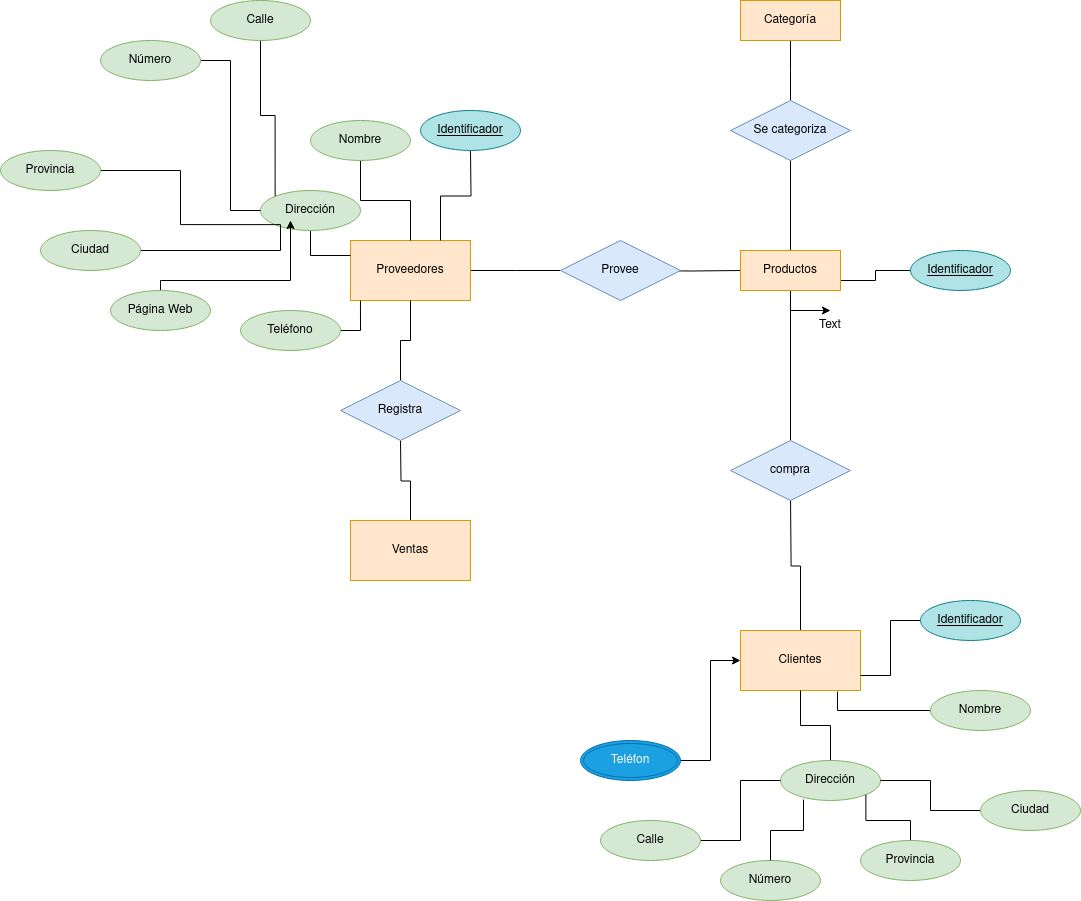
Before: DiagramaTarea2_BAE.drawio.png, a diagram exported from draw.io (GRMiguelAngel/Base-Datos). Source tidied: cells renumbered, new cells last; positions are measured from the earlier drawing's top-left corner, leaving out a move shared by most shapes.
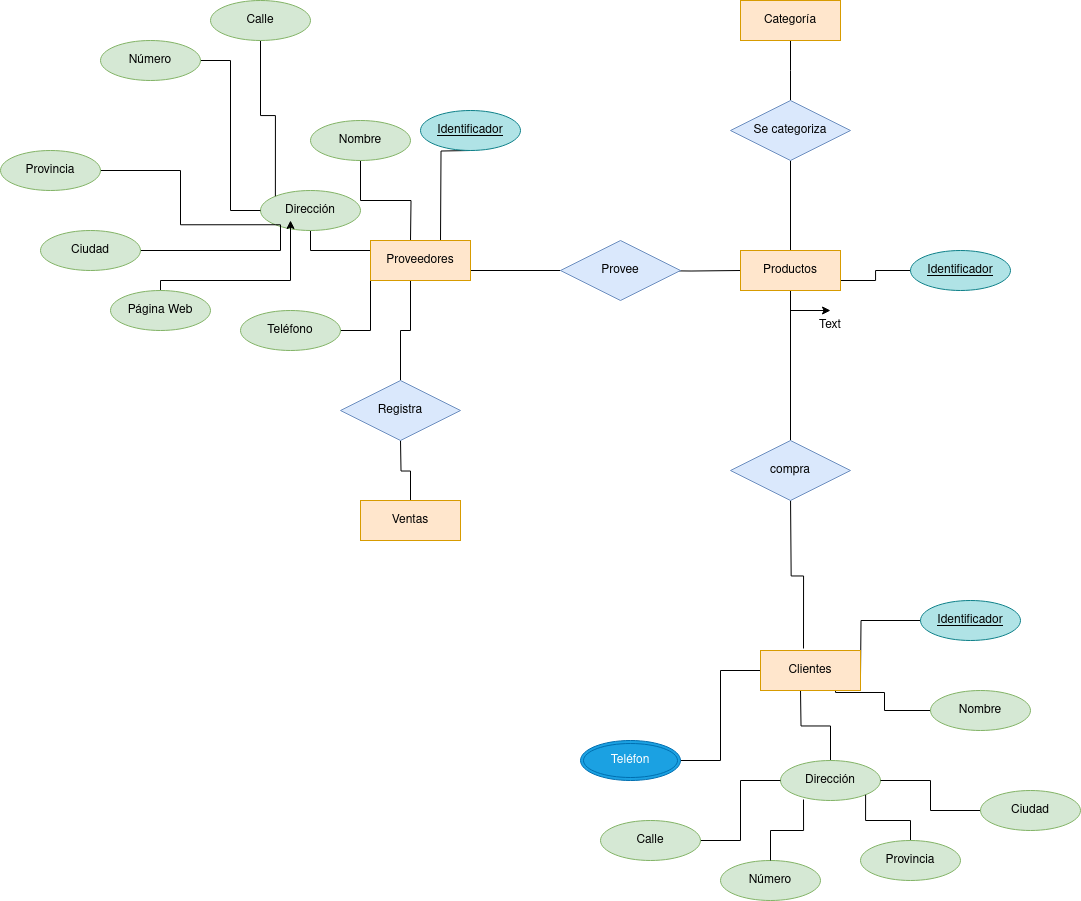
The same diagram one commit later.

The edit, as a diff of the source:
```diff
@@ -2,14 +2,12 @@
   <root>
     <mxCell id="0" />
     <mxCell id="1" parent="0" />
-    <mxCell id="2" style="edgeStyle=orthogonalEdgeStyle;rounded=0;jettySize=auto;html=1;exitX=1;exitY=0.5;exitDx=0;exitDy=0;endArrow=none;endFill=0;" parent="1" edge="1" source="3">
+    <mxCell id="2" style="edgeStyle=orthogonalEdgeStyle;rounded=0;orthogonalLoop=1;jettySize=auto;html=1;exitX=1;exitY=0.5;exitDx=0;exitDy=0;endArrow=none;endFill=0;" parent="1" edge="1">
       <mxGeometry relative="1" as="geometry">
+        <mxPoint x="470" y="270" as="sourcePoint" />
         <mxPoint x="560" y="270" as="targetPoint" />
       </mxGeometry>
     </mxCell>
-    <mxCell id="3" value="Proveedores" style="rounded=0;whiteSpace=wrap;html=1;fillColor=#ffe6cc;strokeColor=#d79b00;" parent="1" vertex="1">
-      <mxGeometry x="350" y="240" width="120" height="60" as="geometry" />
-    </mxCell>
     <mxCell id="4" style="edgeStyle=orthogonalEdgeStyle;rounded=0;jettySize=auto;html=1;exitX=1;exitY=0.5;exitDx=0;exitDy=0;entryX=0;entryY=0.5;entryDx=0;entryDy=0;endArrow=none;endFill=0;" parent="1" edge="1" target="56">
       <mxGeometry relative="1" as="geometry">
         <mxPoint x="640" y="270" as="sourcePoint" />
@@ -18,17 +16,15 @@
     <mxCell id="5" style="edgeStyle=orthogonalEdgeStyle;rounded=0;jettySize=auto;html=1;entryX=0.5;entryY=0;entryDx=0;entryDy=0;endArrow=none;endFill=0;" parent="1" edge="1" source="56" target="36">
       <mxGeometry relative="1" as="geometry" />
     </mxCell>
-    <mxCell id="6" style="edgeStyle=orthogonalEdgeStyle;rounded=0;jettySize=auto;html=1;entryX=0.5;entryY=0;entryDx=0;entryDy=0;endArrow=none;endFill=0;" parent="1" edge="1" target="7">
+    <mxCell id="6" style="edgeStyle=orthogonalEdgeStyle;rounded=0;jettySize=auto;html=1;entryX=0.43;entryY=-0.05;entryDx=0;entryDy=0;endArrow=none;endFill=0;entryPerimeter=0;" parent="1" edge="1" target="7">
       <mxGeometry relative="1" as="geometry">
         <mxPoint x="790.1" y="499.9" as="sourcePoint" />
       </mxGeometry>
     </mxCell>
-    <mxCell id="7" value="Clientes" style="rounded=0;whiteSpace=wrap;html=1;fillColor=#ffe6cc;strokeColor=#d79b00;" parent="1" vertex="1">
-      <mxGeometry x="740" y="630" width="120" height="60" as="geometry" />
-    </mxCell>
-    <mxCell id="8" style="edgeStyle=orthogonalEdgeStyle;rounded=0;jettySize=auto;html=1;entryX=0.75;entryY=0;entryDx=0;entryDy=0;endArrow=none;endFill=0;" parent="1" edge="1" target="3">
+    <mxCell id="8" style="edgeStyle=orthogonalEdgeStyle;rounded=0;orthogonalLoop=1;jettySize=auto;html=1;entryX=0.75;entryY=0;entryDx=0;entryDy=0;endArrow=none;endFill=0;" parent="1" edge="1">
       <mxGeometry relative="1" as="geometry">
         <mxPoint x="470" y="150" as="sourcePoint" />
+        <mxPoint x="440" y="240" as="targetPoint" />
       </mxGeometry>
     </mxCell>
     <mxCell id="9" value="Text" style="text;html=1;strokeColor=none;fillColor=none;align=center;verticalAlign=middle;whiteSpace=wrap;rounded=0;" parent="1" vertex="1">
@@ -37,8 +33,10 @@
     <mxCell id="10" value="Identificador" style="ellipse;whiteSpace=wrap;html=1;align=center;fontStyle=4;fillColor=#b0e3e6;strokeColor=#0e8088;" parent="1" vertex="1">
       <mxGeometry x="420" y="110" width="100" height="40" as="geometry" />
     </mxCell>
-    <mxCell id="11" style="edgeStyle=orthogonalEdgeStyle;rounded=0;jettySize=auto;html=1;entryX=1;entryY=0.75;entryDx=0;entryDy=0;endArrow=none;endFill=0;" parent="1" edge="1" source="12" target="7">
-      <mxGeometry relative="1" as="geometry" />
+    <mxCell id="11" style="edgeStyle=orthogonalEdgeStyle;rounded=0;jettySize=auto;html=1;entryX=1;entryY=0.75;entryDx=0;entryDy=0;endArrow=none;endFill=0;" parent="1" edge="1" source="12">
+      <mxGeometry relative="1" as="geometry">
+        <mxPoint x="860" y="675" as="targetPoint" />
+      </mxGeometry>
     </mxCell>
     <mxCell id="12" value="Identificador" style="ellipse;whiteSpace=wrap;html=1;align=center;fontStyle=4;fillColor=#b0e3e6;strokeColor=#0e8088;" parent="1" vertex="1">
       <mxGeometry x="920" y="600" width="100" height="40" as="geometry" />
@@ -49,13 +47,19 @@
     <mxCell id="14" value="Identificador" style="ellipse;whiteSpace=wrap;html=1;align=center;fontStyle=4;fillColor=#b0e3e6;strokeColor=#0e8088;" parent="1" vertex="1">
       <mxGeometry x="910" y="250" width="100" height="40" as="geometry" />
     </mxCell>
-    <mxCell id="15" style="edgeStyle=orthogonalEdgeStyle;rounded=0;jettySize=auto;html=1;entryX=0.808;entryY=1.017;entryDx=0;entryDy=0;entryPerimeter=0;endArrow=none;endFill=0;" parent="1" edge="1" source="16" target="7">
-      <mxGeometry relative="1" as="geometry" />
+    <mxCell id="15" style="edgeStyle=orthogonalEdgeStyle;rounded=0;jettySize=auto;html=1;entryX=0.75;entryY=1;entryDx=0;entryDy=0;endArrow=none;endFill=0;" parent="1" edge="1" source="16" target="7">
+      <mxGeometry relative="1" as="geometry">
+        <Array as="points">
+          <mxPoint x="884" y="710" />
+          <mxPoint x="884" y="692" />
+          <mxPoint x="835" y="692" />
+        </Array>
+      </mxGeometry>
     </mxCell>
     <mxCell id="16" value="Nombre" style="ellipse;whiteSpace=wrap;html=1;align=center;fillColor=#d5e8d4;strokeColor=#82b366;" parent="1" vertex="1">
       <mxGeometry x="930" y="690" width="100" height="40" as="geometry" />
     </mxCell>
-    <mxCell id="17" style="edgeStyle=orthogonalEdgeStyle;rounded=0;jettySize=auto;html=1;entryX=0.5;entryY=1;entryDx=0;entryDy=0;endArrow=none;endFill=0;exitX=0.5;exitY=0;exitDx=0;exitDy=0;" parent="1" edge="1" source="34" target="3">
+    <mxCell id="17" style="edgeStyle=orthogonalEdgeStyle;rounded=0;jettySize=auto;html=1;entryX=0.4;entryY=1;entryDx=0;entryDy=0;endArrow=none;endFill=0;exitX=0.5;exitY=0;exitDx=0;exitDy=0;entryPerimeter=0;" parent="1" edge="1" source="34" target="3">
       <mxGeometry relative="1" as="geometry" />
     </mxCell>
     <mxCell id="18" style="edgeStyle=orthogonalEdgeStyle;rounded=0;jettySize=auto;html=1;entryX=0.5;entryY=1;entryDx=0;entryDy=0;endArrow=none;endFill=0;" parent="1" edge="1" source="19">
@@ -63,11 +67,10 @@
         <mxPoint x="400" y="440" as="targetPoint" />
       </mxGeometry>
     </mxCell>
-    <mxCell id="19" value="Ventas" style="rounded=0;whiteSpace=wrap;html=1;fillColor=#ffe6cc;strokeColor=#d79b00;" parent="1" vertex="1">
-      <mxGeometry x="350" y="520" width="120" height="60" as="geometry" />
-    </mxCell>
-    <mxCell id="20" style="edgeStyle=orthogonalEdgeStyle;rounded=0;jettySize=auto;html=1;entryX=0.5;entryY=1;entryDx=0;entryDy=0;endArrow=none;endFill=0;" parent="1" edge="1" source="21" target="7">
-      <mxGeometry relative="1" as="geometry" />
+    <mxCell id="20" style="edgeStyle=orthogonalEdgeStyle;rounded=0;jettySize=auto;html=1;entryX=0.5;entryY=1;entryDx=0;entryDy=0;endArrow=none;endFill=0;" parent="1" edge="1" source="21">
+      <mxGeometry relative="1" as="geometry">
+        <mxPoint x="800" y="690" as="targetPoint" />
+      </mxGeometry>
     </mxCell>
     <mxCell id="21" value="Dirección" style="ellipse;whiteSpace=wrap;html=1;align=center;fillColor=#d5e8d4;strokeColor=#82b366;" parent="1" vertex="1">
       <mxGeometry x="780" y="760" width="100" height="40" as="geometry" />
@@ -96,14 +99,20 @@
     <mxCell id="29" style="edgeStyle=orthogonalEdgeStyle;rounded=0;jettySize=auto;html=1;entryX=0.23;entryY=0.975;entryDx=0;entryDy=0;entryPerimeter=0;endArrow=none;endFill=0;" parent="1" edge="1" source="24" target="21">
       <mxGeometry relative="1" as="geometry" />
     </mxCell>
-    <mxCell id="30" style="edgeStyle=orthogonalEdgeStyle;rounded=0;jettySize=auto;html=1;endArrow=none;endFill=0;" parent="1" edge="1" source="31" target="3">
-      <mxGeometry relative="1" as="geometry" />
+    <mxCell id="30" style="edgeStyle=orthogonalEdgeStyle;rounded=0;jettySize=auto;html=1;endArrow=none;endFill=0;" parent="1" edge="1" source="31">
+      <mxGeometry relative="1" as="geometry">
+        <mxPoint x="410" y="240" as="targetPoint" />
+      </mxGeometry>
     </mxCell>
     <mxCell id="31" value="Nombre" style="ellipse;whiteSpace=wrap;html=1;align=center;fillColor=#d5e8d4;strokeColor=#82b366;" parent="1" vertex="1">
       <mxGeometry x="310" y="120" width="100" height="40" as="geometry" />
     </mxCell>
     <mxCell id="32" style="edgeStyle=orthogonalEdgeStyle;rounded=0;jettySize=auto;html=1;entryX=0;entryY=0.25;entryDx=0;entryDy=0;endArrow=none;endFill=0;" parent="1" edge="1" source="33" target="3">
-      <mxGeometry relative="1" as="geometry" />
+      <mxGeometry relative="1" as="geometry">
+        <Array as="points">
+          <mxPoint x="310" y="250" />
+        </Array>
+      </mxGeometry>
     </mxCell>
     <mxCell id="33" value="Dirección" style="ellipse;whiteSpace=wrap;html=1;align=center;fillColor=#d5e8d4;strokeColor=#82b366;" parent="1" vertex="1">
       <mxGeometry x="260" y="190" width="100" height="40" as="geometry" />
@@ -117,13 +126,13 @@
     <mxCell id="36" value="compra" style="shape=rhombus;perimeter=rhombusPerimeter;whiteSpace=wrap;html=1;align=center;fillColor=#dae8fc;strokeColor=#6c8ebf;" parent="1" vertex="1">
       <mxGeometry x="730" y="440" width="120" height="60" as="geometry" />
     </mxCell>
-    <mxCell id="37" style="edgeStyle=orthogonalEdgeStyle;rounded=0;jettySize=auto;html=1;endArrow=none;endFill=0;entryX=0.083;entryY=1;entryDx=0;entryDy=0;entryPerimeter=0;" parent="1" edge="1" source="38" target="3">
+    <mxCell id="37" style="edgeStyle=orthogonalEdgeStyle;rounded=0;jettySize=auto;html=1;endArrow=none;endFill=0;entryX=0;entryY=1;entryDx=0;entryDy=0;" parent="1" edge="1" source="38" target="3">
       <mxGeometry relative="1" as="geometry" />
     </mxCell>
     <mxCell id="38" value="Teléfono" style="ellipse;whiteSpace=wrap;html=1;align=center;fillColor=#d5e8d4;strokeColor=#82b366;" parent="1" vertex="1">
       <mxGeometry x="240" y="310" width="100" height="40" as="geometry" />
     </mxCell>
-    <mxCell id="39" style="edgeStyle=orthogonalEdgeStyle;rounded=0;jettySize=auto;html=1;entryX=0;entryY=0.5;entryDx=0;entryDy=0;" parent="1" edge="1" source="40" target="7">
+    <mxCell id="39" style="edgeStyle=orthogonalEdgeStyle;rounded=0;jettySize=auto;html=1;entryX=0;entryY=0.5;entryDx=0;entryDy=0;endArrow=none;endFill=0;" parent="1" edge="1" source="40" target="7">
       <mxGeometry relative="1" as="geometry" />
     </mxCell>
     <mxCell id="40" value="Teléfon" style="ellipse;shape=doubleEllipse;margin=3;whiteSpace=wrap;html=1;align=center;fillColor=#1ba1e2;fontColor=#ffffff;strokeColor=#006EAF;" parent="1" vertex="1">
@@ -190,5 +199,14 @@
     <mxCell id="56" value="Productos" style="whiteSpace=wrap;html=1;align=center;fillColor=#ffe6cc;strokeColor=#d79b00;" parent="1" vertex="1">
       <mxGeometry x="740" y="250" width="100" height="40" as="geometry" />
     </mxCell>
+    <mxCell id="3" value="Proveedores" style="whiteSpace=wrap;html=1;align=center;fillColor=#ffe6cc;strokeColor=#d79b00;" parent="1" vertex="1">
+      <mxGeometry x="370" y="240" width="100" height="40" as="geometry" />
+    </mxCell>
+    <mxCell id="19" value="Ventas" style="whiteSpace=wrap;html=1;align=center;fillColor=#ffe6cc;strokeColor=#d79b00;" parent="1" vertex="1">
+      <mxGeometry x="360" y="500" width="100" height="40" as="geometry" />
+    </mxCell>
+    <mxCell id="7" value="Clientes" style="whiteSpace=wrap;html=1;align=center;fillColor=#ffe6cc;strokeColor=#d79b00;" parent="1" vertex="1">
+      <mxGeometry x="760" y="650" width="100" height="40" as="geometry" />
+    </mxCell>
   </root>
 </mxGraphModel>
```
